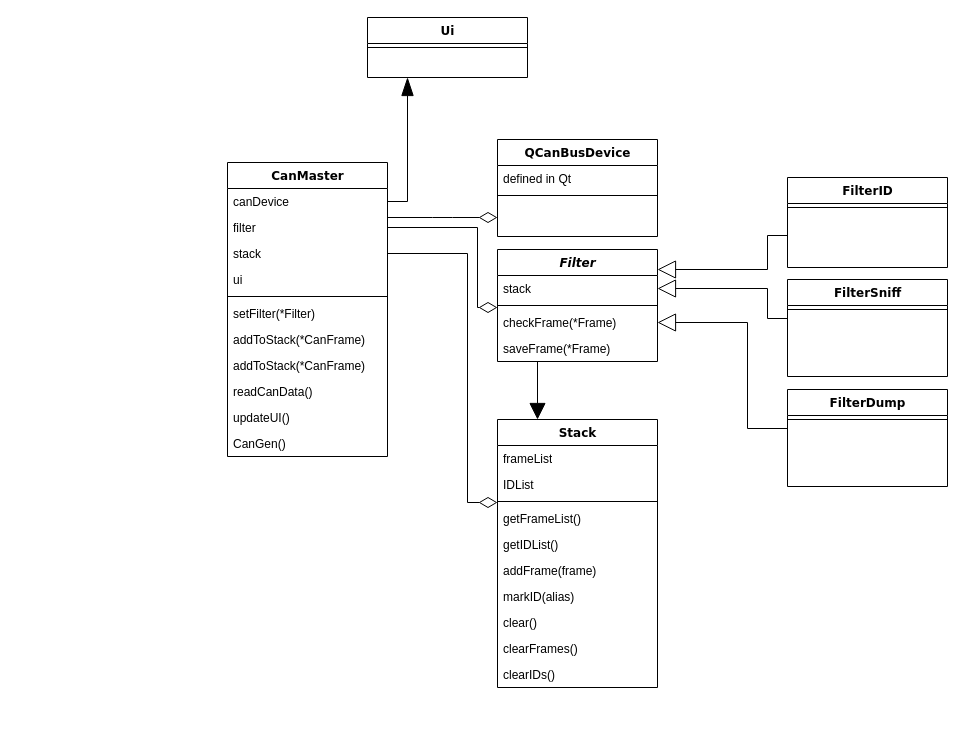
This is diagrams/Untitled Diagram.drawio from root-93/CAN-Master, a draw.io file, before an edit. Source tidied: cells renumbered, new cells numbered last; positions are measured from the earlier drawing's top-left corner, leaving out a move shared by most shapes. Both pictures are drawn from the tidied source at 100%, with x=0, y=0 at pixel (227, 17).
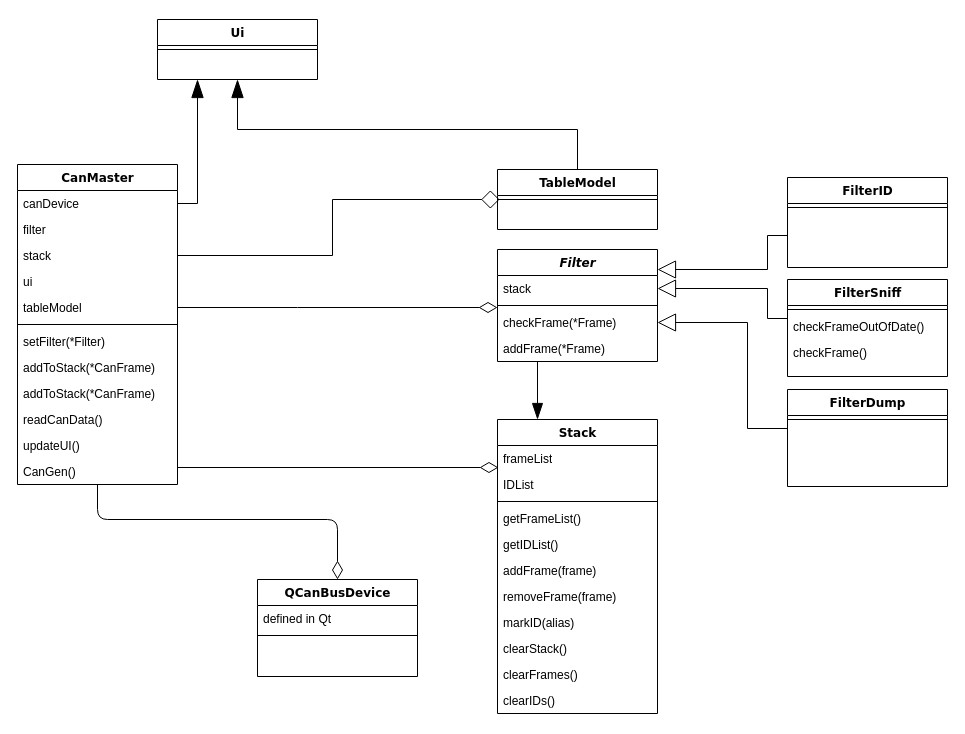
The same page after the edit.

Commit message:
update Filter class hierarchy

The change refers to these unchanged cells:
```xml
<mxCell id="4" value="&lt;div&gt;filter&lt;/div&gt;&lt;div&gt;&lt;br&gt;&lt;/div&gt;" style="text;html=1;strokeColor=none;fillColor=none;align=left;verticalAlign=top;spacingLeft=4;spacingRight=4;whiteSpace=wrap;overflow=hidden;points=[[0,0.5],[1,0.5]];portConstraint=eastwest;" parent="2" vertex="1">
  <mxGeometry y="52" width="160" height="26" as="geometry" />
</mxCell>
<mxCell id="5" value="stack" style="text;html=1;strokeColor=none;fillColor=none;align=left;verticalAlign=top;spacingLeft=4;spacingRight=4;whiteSpace=wrap;overflow=hidden;points=[[0,0.5],[1,0.5]];portConstraint=eastwest;" parent="2" vertex="1">
  <mxGeometry y="78" width="160" height="26" as="geometry" />
</mxCell>
<mxCell id="19" value="&lt;i&gt;Filter&lt;/i&gt;" style="swimlane;html=1;fontStyle=1;align=center;verticalAlign=top;horizontal=1;startSize=26;swimlaneFillColor=#ffffff;rounded=0;shadow=0;comic=0;labelBackgroundColor=none;strokeWidth=1;fillColor=none;fontFamily=Verdana;fontSize=12;" parent="1" vertex="1">
  <mxGeometry x="270" y="232" width="160" height="112" as="geometry" />
</mxCell>
<mxCell id="21" style="line;html=1;strokeWidth=1;fillColor=none;align=left;verticalAlign=middle;spacingTop=-1;spacingLeft=3;spacingRight=3;labelPosition=right;points=[];portConstraint=eastwest;" parent="19" vertex="1">
  <mxGeometry y="52" width="160" height="8" as="geometry" />
</mxCell>
<mxCell id="27" value="IDList" style="text;html=1;strokeColor=none;fillColor=none;align=left;verticalAlign=top;spacingLeft=4;spacingRight=4;whiteSpace=wrap;overflow=hidden;points=[[0,0.5],[1,0.5]];portConstraint=eastwest;" parent="25" vertex="1">
  <mxGeometry y="52" width="160" height="26" as="geometry" />
</mxCell>
<mxCell id="29" value="getFrameList()" style="text;html=1;strokeColor=none;fillColor=none;align=left;verticalAlign=top;spacingLeft=4;spacingRight=4;whiteSpace=wrap;overflow=hidden;points=[[0,0.5],[1,0.5]];portConstraint=eastwest;" parent="25" vertex="1">
  <mxGeometry y="86" width="160" height="26" as="geometry" />
</mxCell>
<mxCell id="41" value="FilterSniff" style="swimlane;html=1;fontStyle=1;align=center;verticalAlign=top;horizontal=1;startSize=26;swimlaneFillColor=#ffffff;rounded=0;shadow=0;comic=0;labelBackgroundColor=none;strokeWidth=1;fillColor=none;fontFamily=Verdana;fontSize=12;" parent="1" vertex="1">
  <mxGeometry x="560" y="262" width="160" height="97" as="geometry" />
</mxCell>
```

What changed in the source:
```diff
@@
     <mxCell id="2" value="CanMaster" style="swimlane;html=1;fontStyle=1;align=center;verticalAlign=top;horizontal=1;startSize=26;swimlaneFillColor=#ffffff;rounded=0;shadow=0;comic=0;labelBackgroundColor=none;strokeWidth=1;fillColor=none;fontFamily=Verdana;fontSize=12;" parent="1" vertex="1">
-      <mxGeometry y="145" width="160" height="294" as="geometry" />
+      <mxGeometry x="-210" y="147" width="160" height="320" as="geometry" />
     </mxCell>
@@
+    <mxCell id="49" value="tableModel" style="text;html=1;strokeColor=none;fillColor=none;align=left;verticalAlign=top;spacingLeft=4;spacingRight=4;whiteSpace=wrap;overflow=hidden;" parent="2" vertex="1">
+      <mxGeometry y="130" width="160" height="26" as="geometry" />
+    </mxCell>
     <mxCell id="7" style="line;html=1;strokeWidth=1;fillColor=none;align=left;verticalAlign=middle;spacingTop=-1;spacingLeft=3;spacingRight=3;labelPosition=right;" parent="2" vertex="1">
-      <mxGeometry y="130" width="160" height="8" as="geometry" />
+      <mxGeometry y="156" width="160" height="8" as="geometry" />
     </mxCell>
     <mxCell id="8" value="&lt;div&gt;setFilter(*Filter)&lt;/div&gt;" style="text;html=1;strokeColor=none;fillColor=none;align=left;verticalAlign=top;spacingLeft=4;spacingRight=4;whiteSpace=wrap;overflow=hidden;" parent="2" vertex="1">
-      <mxGeometry y="138" width="160" height="26" as="geometry" />
+      <mxGeometry y="164" width="160" height="26" as="geometry" />
     </mxCell>
     <mxCell id="9" value="addToStack(*CanFrame)" style="text;html=1;strokeColor=none;fillColor=none;align=left;verticalAlign=top;spacingLeft=4;spacingRight=4;whiteSpace=wrap;overflow=hidden;" parent="2" vertex="1">
-      <mxGeometry y="164" width="160" height="26" as="geometry" />
+      <mxGeometry y="190" width="160" height="26" as="geometry" />
     </mxCell>
     <mxCell id="10" value="addToStack(*CanFrame)" style="text;html=1;strokeColor=none;fillColor=none;align=left;verticalAlign=top;spacingLeft=4;spacingRight=4;whiteSpace=wrap;overflow=hidden;" parent="2" vertex="1">
-      <mxGeometry y="190" width="160" height="26" as="geometry" />
+      <mxGeometry y="216" width="160" height="26" as="geometry" />
     </mxCell>
     <mxCell id="11" value="readCanData()" style="text;html=1;strokeColor=none;fillColor=none;align=left;verticalAlign=top;spacingLeft=4;spacingRight=4;whiteSpace=wrap;overflow=hidden;" parent="2" vertex="1">
-      <mxGeometry y="216" width="160" height="26" as="geometry" />
+      <mxGeometry y="242" width="160" height="26" as="geometry" />
     </mxCell>
     <mxCell id="12" value="updateUI()" style="text;html=1;strokeColor=none;fillColor=none;align=left;verticalAlign=top;spacingLeft=4;spacingRight=4;whiteSpace=wrap;overflow=hidden;" parent="2" vertex="1">
-      <mxGeometry y="242" width="160" height="26" as="geometry" />
+      <mxGeometry y="268" width="160" height="26" as="geometry" />
     </mxCell>
     <mxCell id="13" value="CanGen()" style="text;html=1;strokeColor=none;fillColor=none;align=left;verticalAlign=top;spacingLeft=4;spacingRight=4;whiteSpace=wrap;overflow=hidden;points=[[0,0.5],[1,0.5]];portConstraint=eastwest;" parent="2" vertex="1">
-      <mxGeometry y="268" width="160" height="26" as="geometry" />
+      <mxGeometry y="294" width="160" height="26" as="geometry" />
     </mxCell>
     <mxCell id="14" value="QCanBusDevice" style="swimlane;html=1;fontStyle=1;align=center;verticalAlign=top;horizontal=1;startSize=26;swimlaneFillColor=#ffffff;rounded=0;shadow=0;comic=0;labelBackgroundColor=none;strokeWidth=1;fillColor=none;fontFamily=Verdana;fontSize=12;" parent="1" vertex="1">
-      <mxGeometry x="270" y="122" width="160" height="97" as="geometry" />
+      <mxGeometry x="30" y="562" width="160" height="97" as="geometry" />
     </mxCell>
@@
-    <mxCell id="17" style="edgeStyle=elbowEdgeStyle;html=1;labelBackgroundColor=none;startFill=0;startSize=8;endArrow=diamondThin;endFill=0;endSize=16;fontFamily=Verdana;fontSize=12;elbow=vertical;" parent="1" edge="1" source="2" target="14">
+    <mxCell id="17" style="edgeStyle=orthogonalEdgeStyle;html=1;labelBackgroundColor=none;startFill=0;startSize=8;endArrow=diamondThin;endFill=0;endSize=16;fontFamily=Verdana;fontSize=12;" parent="1" edge="1" source="2" target="14">
       <mxGeometry relative="1" as="geometry">
         <Array as="points">
-          <mxPoint x="215" y="200" />
+          <mxPoint x="-130" y="502" />
+          <mxPoint x="110" y="502" />
         </Array>
       </mxGeometry>
     </mxCell>
-    <mxCell id="18" style="edgeStyle=orthogonalEdgeStyle;rounded=0;jettySize=auto;html=1;exitX=0.25;exitY=1;exitDx=0;exitDy=0;entryX=0.25;entryY=0;entryDx=0;entryDy=0;startSize=6;endArrow=block;endFill=1;endSize=14;" parent="1" edge="1" source="19" target="25">
+    <mxCell id="18" style="edgeStyle=orthogonalEdgeStyle;rounded=0;jettySize=auto;html=1;exitX=0.25;exitY=1;exitDx=0;exitDy=0;entryX=0.25;entryY=0;entryDx=0;entryDy=0;startSize=6;endArrow=blockThin;endFill=1;endSize=14;" parent="1" edge="1" source="19" target="25">
       <mxGeometry relative="1" as="geometry" />
     </mxCell>
@@
-    <mxCell id="23" value="&lt;div&gt;saveFrame(*Frame)&lt;/div&gt;" style="text;html=1;strokeColor=none;fillColor=none;align=left;verticalAlign=top;spacingLeft=4;spacingRight=4;whiteSpace=wrap;overflow=hidden;" parent="19" vertex="1">
+    <mxCell id="23" value="&lt;div&gt;addFrame(*Frame)&lt;/div&gt;" style="text;html=1;strokeColor=none;fillColor=none;align=left;verticalAlign=top;spacingLeft=4;spacingRight=4;whiteSpace=wrap;overflow=hidden;" parent="19" vertex="1">
       <mxGeometry y="86" width="160" height="26" as="geometry" />
     </mxCell>
-    <mxCell id="24" style="edgeStyle=orthogonalEdgeStyle;rounded=0;jettySize=auto;html=1;exitX=1;exitY=0.5;exitDx=0;exitDy=0;entryX=0;entryY=0.75;entryDx=0;entryDy=0;entryPerimeter=0;endArrow=diamondThin;endFill=0;endSize=16;startSize=8;" parent="1" edge="1" source="4" target="21">
+    <mxCell id="24" style="edgeStyle=orthogonalEdgeStyle;rounded=0;jettySize=auto;html=1;entryX=0;entryY=0.75;entryDx=0;entryDy=0;entryPerimeter=0;endArrow=diamondThin;endFill=0;endSize=16;startSize=8;" parent="1" edge="1" target="21">
       <mxGeometry relative="1" as="geometry">
+        <mxPoint x="-50" y="290" as="sourcePoint" />
         <Array as="points">
-          <mxPoint x="250" y="210" />
-          <mxPoint x="250" y="290" />
+          <mxPoint x="70" y="290" />
+          <mxPoint x="70" y="290" />
         </Array>
       </mxGeometry>
     </mxCell>
     <mxCell id="25" value="Stack" style="swimlane;html=1;fontStyle=1;align=center;verticalAlign=top;horizontal=1;startSize=26;swimlaneFillColor=#ffffff;rounded=0;shadow=0;comic=0;labelBackgroundColor=none;strokeWidth=1;fillColor=none;fontFamily=Verdana;fontSize=12;" parent="1" vertex="1">
-      <mxGeometry x="270" y="402" width="160" height="268" as="geometry" />
+      <mxGeometry x="270" y="402" width="160" height="294" as="geometry" />
     </mxCell>
@@
+    <mxCell id="50" value="&lt;div&gt;removeFrame(frame)&lt;/div&gt;&lt;div&gt;&lt;br&gt;&lt;/div&gt;" style="text;html=1;strokeColor=none;fillColor=none;align=left;verticalAlign=top;spacingLeft=4;spacingRight=4;whiteSpace=wrap;overflow=hidden;" parent="25" vertex="1">
+      <mxGeometry y="164" width="160" height="26" as="geometry" />
+    </mxCell>
     <mxCell id="32" value="markID(alias)" style="text;html=1;strokeColor=none;fillColor=none;align=left;verticalAlign=top;spacingLeft=4;spacingRight=4;whiteSpace=wrap;overflow=hidden;" parent="25" vertex="1">
-      <mxGeometry y="164" width="160" height="26" as="geometry" />
+      <mxGeometry y="190" width="160" height="26" as="geometry" />
     </mxCell>
-    <mxCell id="33" value="&lt;div&gt;clear()&lt;/div&gt;&lt;div&gt;&lt;br&gt;&lt;/div&gt;" style="text;html=1;strokeColor=none;fillColor=none;align=left;verticalAlign=top;spacingLeft=4;spacingRight=4;whiteSpace=wrap;overflow=hidden;" parent="25" vertex="1">
-      <mxGeometry y="190" width="160" height="26" as="geometry" />
+    <mxCell id="33" value="&lt;div&gt;clearStack()&lt;/div&gt;&lt;div&gt;&lt;br&gt;&lt;/div&gt;" style="text;html=1;strokeColor=none;fillColor=none;align=left;verticalAlign=top;spacingLeft=4;spacingRight=4;whiteSpace=wrap;overflow=hidden;" parent="25" vertex="1">
+      <mxGeometry y="216" width="160" height="26" as="geometry" />
     </mxCell>
     <mxCell id="34" value="&lt;div&gt;clearFrames()&lt;/div&gt;&lt;div&gt;&lt;br&gt;&lt;/div&gt;" style="text;html=1;strokeColor=none;fillColor=none;align=left;verticalAlign=top;spacingLeft=4;spacingRight=4;whiteSpace=wrap;overflow=hidden;" parent="25" vertex="1">
-      <mxGeometry y="216" width="160" height="26" as="geometry" />
+      <mxGeometry y="242" width="160" height="26" as="geometry" />
     </mxCell>
     <mxCell id="35" value="&lt;div&gt;clearIDs()&lt;/div&gt;&lt;div&gt;&lt;br&gt;&lt;/div&gt;" style="text;html=1;strokeColor=none;fillColor=none;align=left;verticalAlign=top;spacingLeft=4;spacingRight=4;whiteSpace=wrap;overflow=hidden;" parent="25" vertex="1">
-      <mxGeometry y="242" width="160" height="26" as="geometry" />
+      <mxGeometry y="268" width="160" height="26" as="geometry" />
     </mxCell>
-    <mxCell id="36" style="edgeStyle=orthogonalEdgeStyle;rounded=0;jettySize=auto;html=1;exitX=1;exitY=0.5;exitDx=0;exitDy=0;entryX=0;entryY=-0.115;entryDx=0;entryDy=0;entryPerimeter=0;startSize=8;endArrow=diamondThin;endFill=0;endSize=16;" parent="1" edge="1" source="5" target="29">
+    <mxCell id="36" style="edgeStyle=orthogonalEdgeStyle;rounded=0;jettySize=auto;html=1;exitX=1;exitY=0.5;exitDx=0;exitDy=0;entryX=0.006;entryY=-0.154;entryDx=0;entryDy=0;entryPerimeter=0;startSize=8;endArrow=diamondThin;endFill=0;endSize=16;" parent="1" edge="1" source="13" target="27">
       <mxGeometry relative="1" as="geometry">
         <Array as="points">
-          <mxPoint x="240" y="236" />
-          <mxPoint x="240" y="485" />
+          <mxPoint x="-50" y="450" />
         </Array>
       </mxGeometry>
     </mxCell>
@@
+    <mxCell id="51" value="&lt;div&gt;checkFrameOutOfDate()&lt;/div&gt;" style="text;html=1;strokeColor=none;fillColor=none;align=left;verticalAlign=top;spacingLeft=4;spacingRight=4;whiteSpace=wrap;overflow=hidden;" parent="41" vertex="1">
+      <mxGeometry y="34" width="160" height="26" as="geometry" />
+    </mxCell>
+    <mxCell id="52" value="&lt;div&gt;checkFrame()&lt;/div&gt;" style="text;html=1;strokeColor=none;fillColor=none;align=left;verticalAlign=top;spacingLeft=4;spacingRight=4;whiteSpace=wrap;overflow=hidden;" parent="41" vertex="1">
+      <mxGeometry y="60" width="160" height="26" as="geometry" />
+    </mxCell>
@@
     <mxCell id="46" value="Ui" style="swimlane;html=1;fontStyle=1;align=center;verticalAlign=top;horizontal=1;startSize=26;swimlaneFillColor=#ffffff;rounded=0;shadow=0;comic=0;labelBackgroundColor=none;strokeWidth=1;fillColor=none;fontFamily=Verdana;fontSize=12;" parent="1" vertex="1">
-      <mxGeometry x="140" width="160" height="60" as="geometry" />
+      <mxGeometry x="-70" y="2" width="160" height="60" as="geometry" />
     </mxCell>
@@
+    <mxCell id="53" style="edgeStyle=orthogonalEdgeStyle;rounded=0;jettySize=auto;html=1;entryX=0.5;entryY=1;entryDx=0;entryDy=0;endSize=16;startSize=8;endArrow=blockThin;endFill=1;exitX=0.5;exitY=0;exitDx=0;exitDy=0;" parent="1" edge="1" source="54" target="46">
+      <mxGeometry relative="1" as="geometry">
+        <Array as="points">
+          <mxPoint x="350" y="112" />
+          <mxPoint x="10" y="112" />
+        </Array>
+      </mxGeometry>
+    </mxCell>
+    <mxCell id="54" value="TableModel" style="swimlane;html=1;fontStyle=1;align=center;verticalAlign=top;horizontal=1;startSize=26;swimlaneFillColor=#ffffff;rounded=0;shadow=0;comic=0;labelBackgroundColor=none;strokeWidth=1;fillColor=none;fontFamily=Verdana;fontSize=12;" parent="1" vertex="1">
+      <mxGeometry x="270" y="152" width="160" height="60" as="geometry" />
+    </mxCell>
+    <mxCell id="55" style="line;html=1;strokeWidth=1;fillColor=none;align=left;verticalAlign=middle;spacingTop=-1;spacingLeft=3;spacingRight=3;labelPosition=right;points=[];portConstraint=eastwest;" parent="54" vertex="1">
+      <mxGeometry y="26" width="160" height="8" as="geometry" />
+    </mxCell>
+    <mxCell id="56" style="edgeStyle=orthogonalEdgeStyle;rounded=0;jettySize=auto;html=1;exitX=1;exitY=0.5;exitDx=0;exitDy=0;entryX=0.013;entryY=0.5;entryDx=0;entryDy=0;entryPerimeter=0;startSize=8;endArrow=diamond;endFill=0;endSize=16;" parent="1" edge="1" source="5" target="55">
+      <mxGeometry relative="1" as="geometry" />
+    </mxCell>
```
